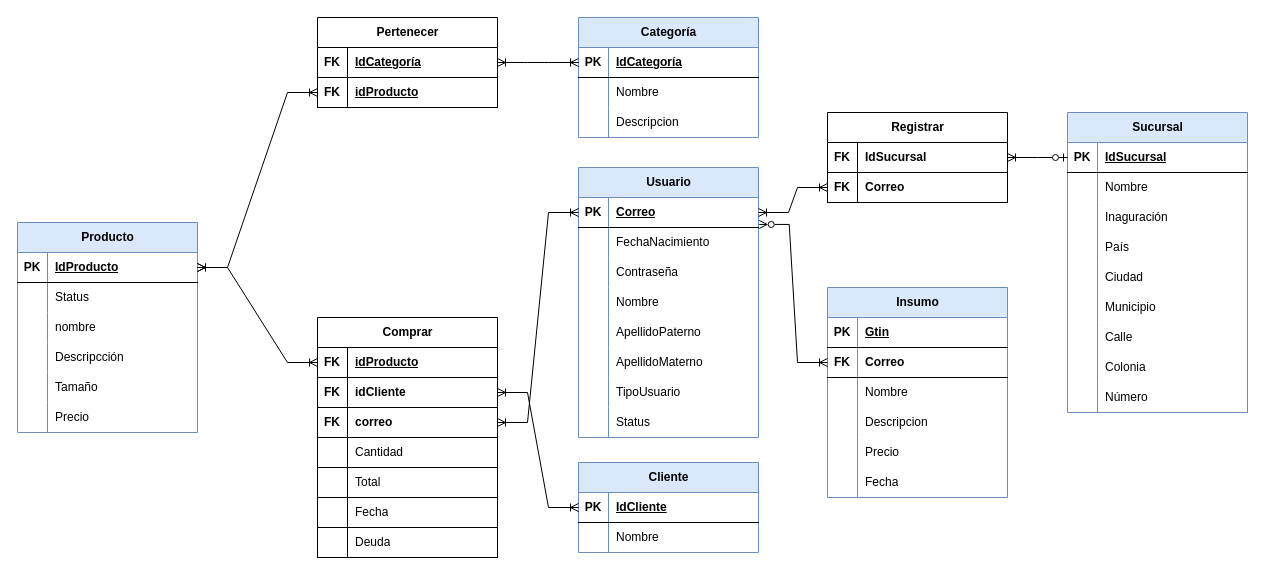
Before: page "Modelo Relacional" (2 of 3) of Diagramas.drawio in shosholanda/cafeteria-alina, a draw.io diagram. Source tidied: cells renumbered, new cells numbered last; positions are measured from the earlier drawing's top-left corner, leaving out a move shared by most shapes. Both pictures are drawn from the tidied source at 100%, with x=0, y=0 at pixel (17, 17).
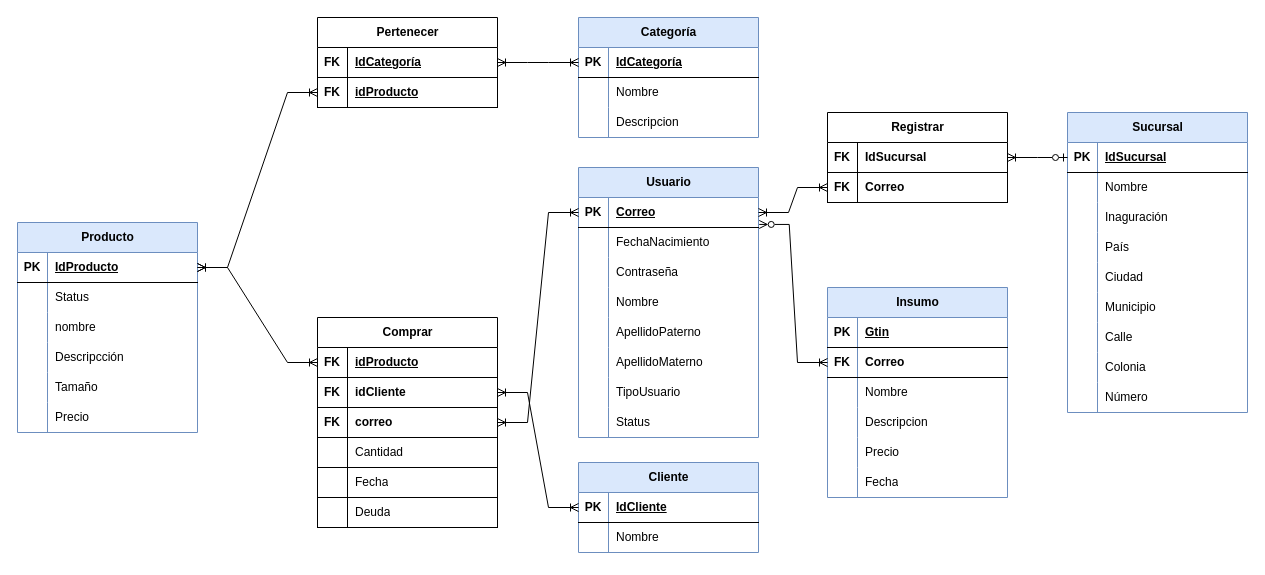
The same diagram, later.

Change to the diagram source:
```diff
@@
     <mxCell id="129" value="Comprar" style="shape=table;startSize=30;childLayout=tableLayout;rowLines=0;fontStyle=1;align=center;html=1;" parent="1" vertex="1">
-      <mxGeometry x="300" y="300" width="180" height="240" as="geometry" />
+      <mxGeometry x="300" y="300" width="180" height="210" as="geometry" />
     </mxCell>
@@
-    <mxCell id="142" style="shape=tableRow;horizontal=0;startSize=0;swimlaneHead=0;swimlaneBody=0;fillColor=none;top=0;left=0;right=0;bottom=1;" parent="129" vertex="1">
-      <mxGeometry y="150" width="180" height="30" as="geometry" />
-    </mxCell>
-    <mxCell id="143" style="shape=partialRectangle;fillColor=none;top=0;left=0;bottom=0;right=0;fontStyle=1;overflow=hidden;whiteSpace=wrap;html=1;" parent="142" vertex="1">
-      <mxGeometry width="30" height="30" as="geometry" />
-    </mxCell>
-    <mxCell id="144" value="&lt;span style=&quot;&quot;&gt;Total&lt;/span&gt;" style="shape=partialRectangle;fillColor=none;top=0;left=0;bottom=0;right=0;align=left;spacingLeft=6;fontStyle=0;overflow=hidden;whiteSpace=wrap;html=1;" parent="142" vertex="1">
-      <mxGeometry x="30" width="150" height="30" as="geometry" />
-    </mxCell>
     <mxCell id="145" style="shape=tableRow;horizontal=0;startSize=0;swimlaneHead=0;swimlaneBody=0;fillColor=none;top=0;left=0;right=0;bottom=1;" parent="129" vertex="1">
-      <mxGeometry y="180" width="180" height="30" as="geometry" />
+      <mxGeometry y="150" width="180" height="30" as="geometry" />
     </mxCell>
@@
     <mxCell id="148" style="shape=tableRow;horizontal=0;startSize=0;swimlaneHead=0;swimlaneBody=0;fillColor=none;top=0;left=0;right=0;bottom=1;" parent="129" vertex="1">
-      <mxGeometry y="210" width="180" height="30" as="geometry" />
+      <mxGeometry y="180" width="180" height="30" as="geometry" />
     </mxCell>
```
